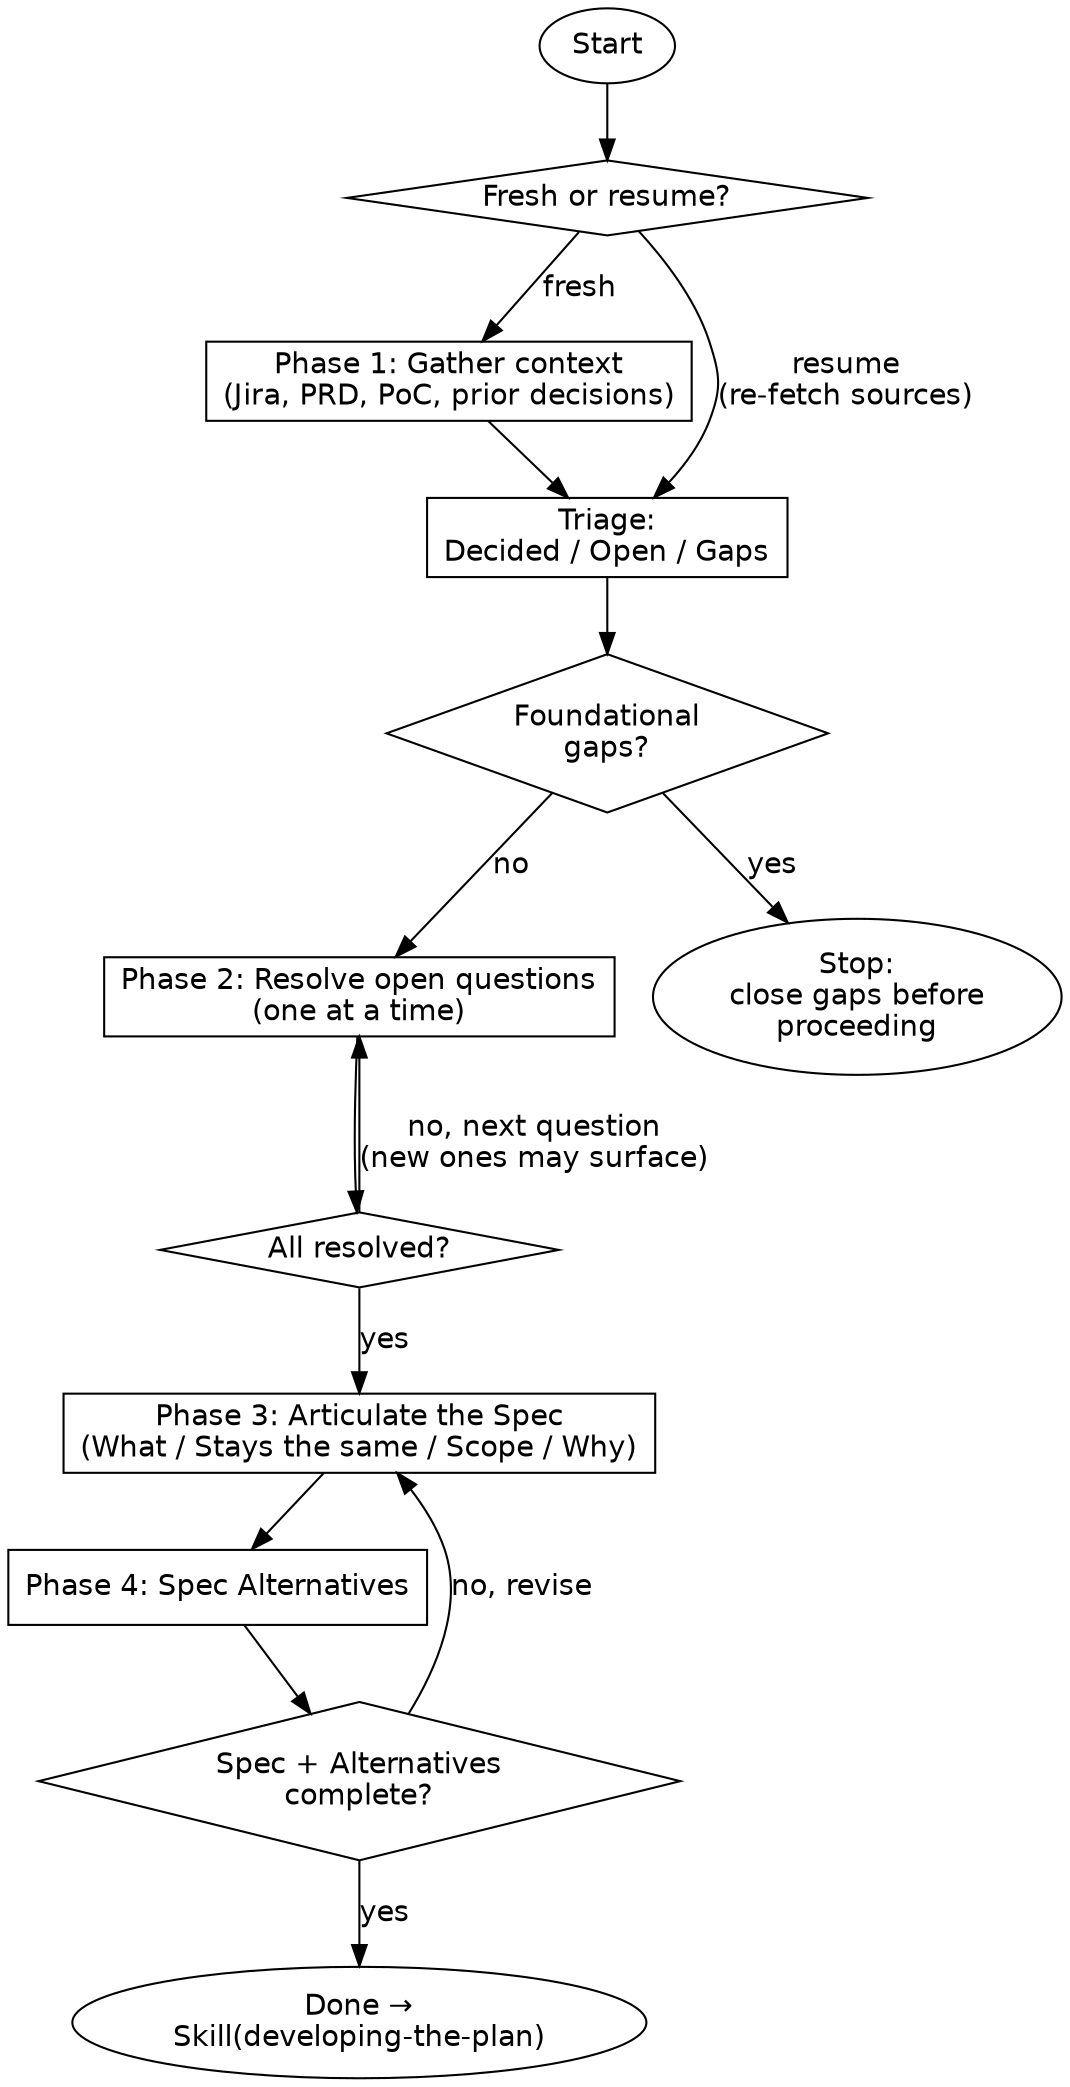
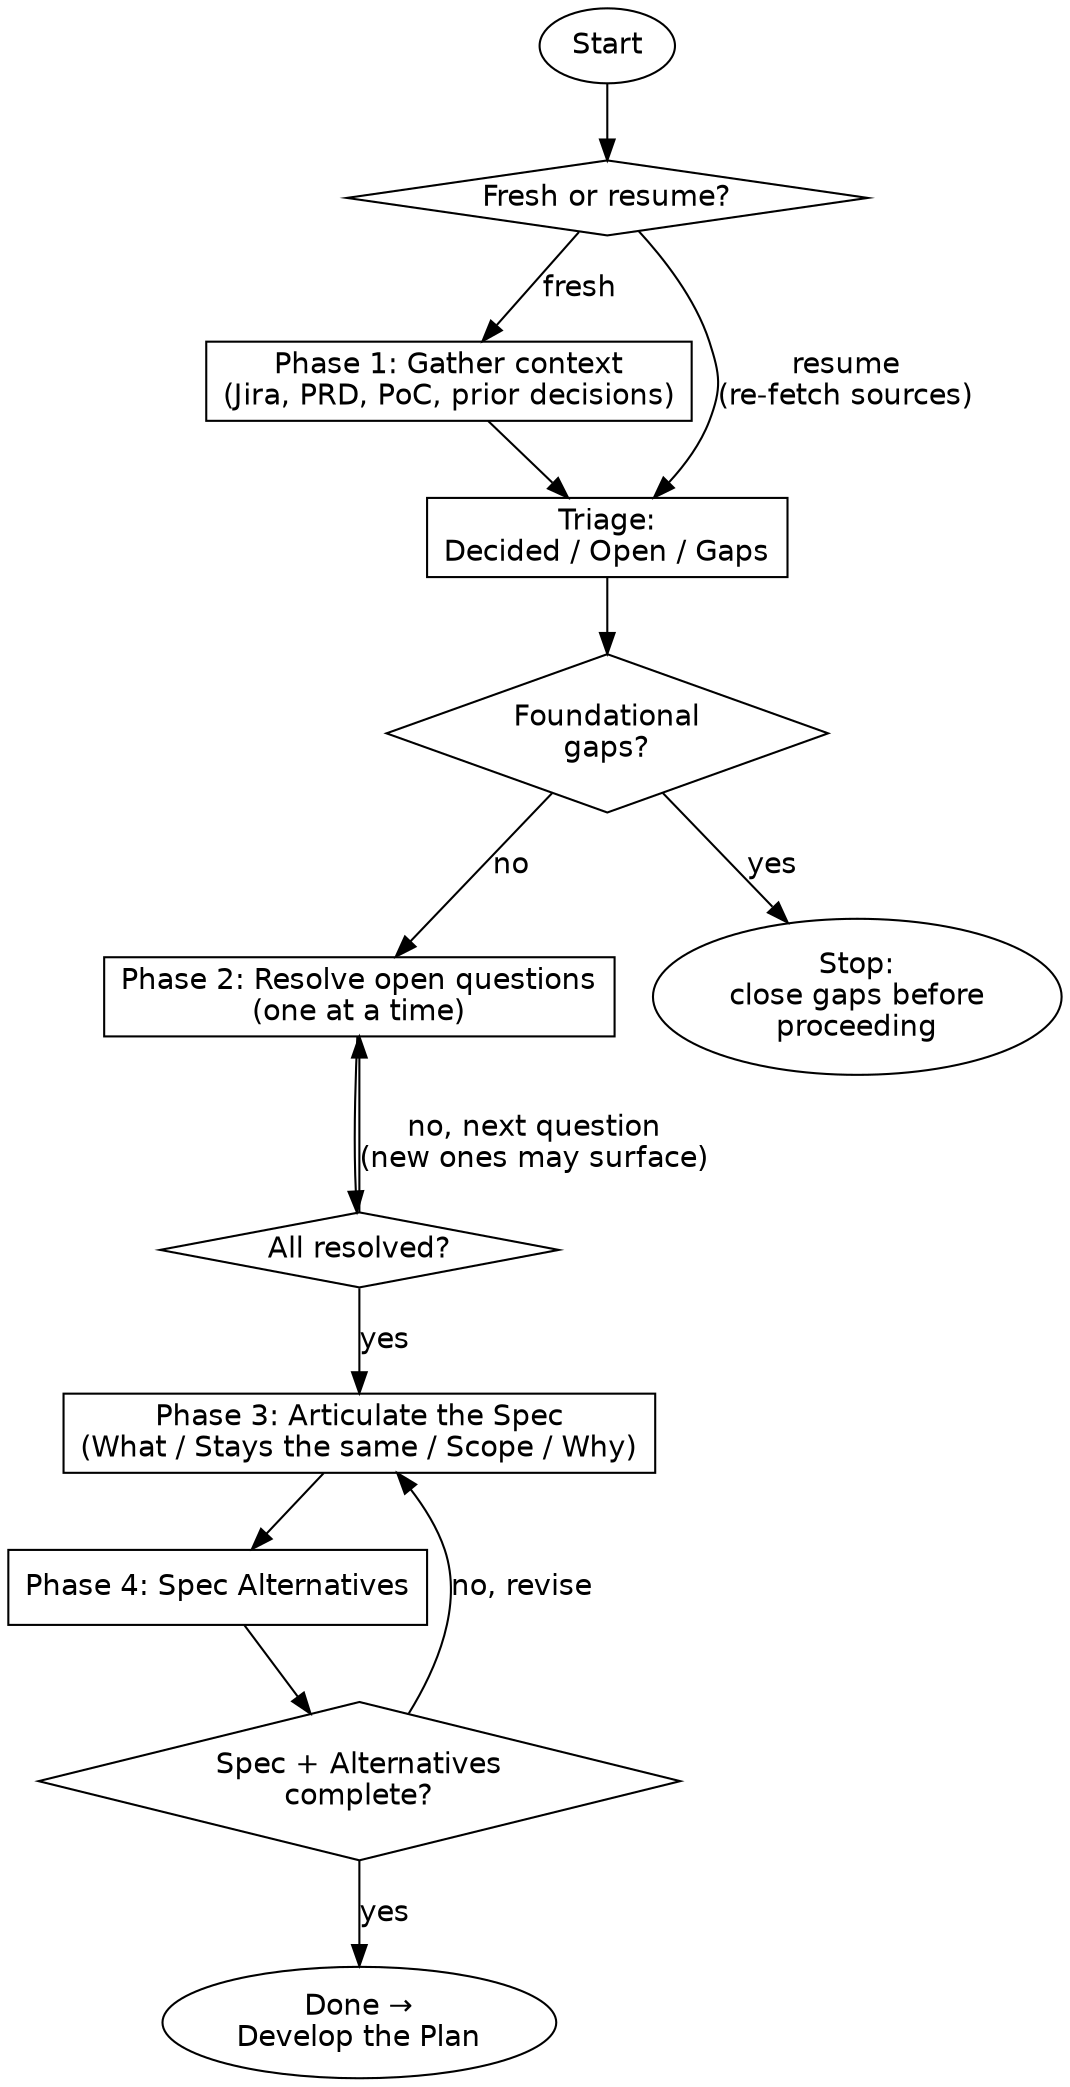
// Process flow for Skill(developing-the-breakdown-spec).
// cspell:ignore Tpng rankdir fontname
// Render with: dot -Tpng process-flow.dot -o process-flow.png
//
// Boxes are phases; diamonds are decision points; ellipses are terminal states.
// The "resume" entry point re-enters the flow at the Triage step after re-fetching
// external sources (Jira, PRD, PoC); the user picks up from whichever phase remains
// unfinished.

digraph developing_the_breakdown_spec {
  rankdir=TB;
  node [fontname="Helvetica"];
  edge [fontname="Helvetica"];

  Start             [shape=ellipse, label="Start"];
  EntryMode         [shape=diamond, label="Fresh or resume?"];
  GatherContext     [shape=box,     label="Phase 1: Gather context\n(Jira, PRD, PoC, prior decisions)"];
  Triage            [shape=box,     label="Triage:\nDecided / Open / Gaps"];
  GapsBlock         [shape=diamond, label="Foundational\ngaps?"];
  Resolve           [shape=box,     label="Phase 2: Resolve open questions\n(one at a time)"];
  AllResolved       [shape=diamond, label="All resolved?"];
  Articulate        [shape=box,     label="Phase 3: Articulate the Spec\n(What / Stays the same / Scope / Why)"];
  Alternatives      [shape=box,     label="Phase 4: Spec Alternatives"];
  SpecReady         [shape=diamond, label="Spec + Alternatives\ncomplete?"];
  Stop              [shape=ellipse, label="Stop:\nclose gaps before\nproceeding"];
-   Done              [shape=ellipse, label="Done →\nSkill(developing-the-plan)"];
+   Done              [shape=ellipse, label="Done →\nDevelop the Plan"];

  Start         -> EntryMode;
  EntryMode     -> GatherContext [label="fresh"];
  EntryMode     -> Triage        [label="resume\n(re-fetch sources)"];
  GatherContext -> Triage;
  Triage        -> GapsBlock;
  GapsBlock     -> Stop          [label="yes"];
  GapsBlock     -> Resolve       [label="no"];
  Resolve       -> AllResolved;
  AllResolved   -> Resolve       [label="no, next question\n(new ones may surface)"];
  AllResolved   -> Articulate    [label="yes"];
  Articulate    -> Alternatives;
  Alternatives  -> SpecReady;
  SpecReady     -> Articulate    [label="no, revise"];
  SpecReady     -> Done          [label="yes"];
}
